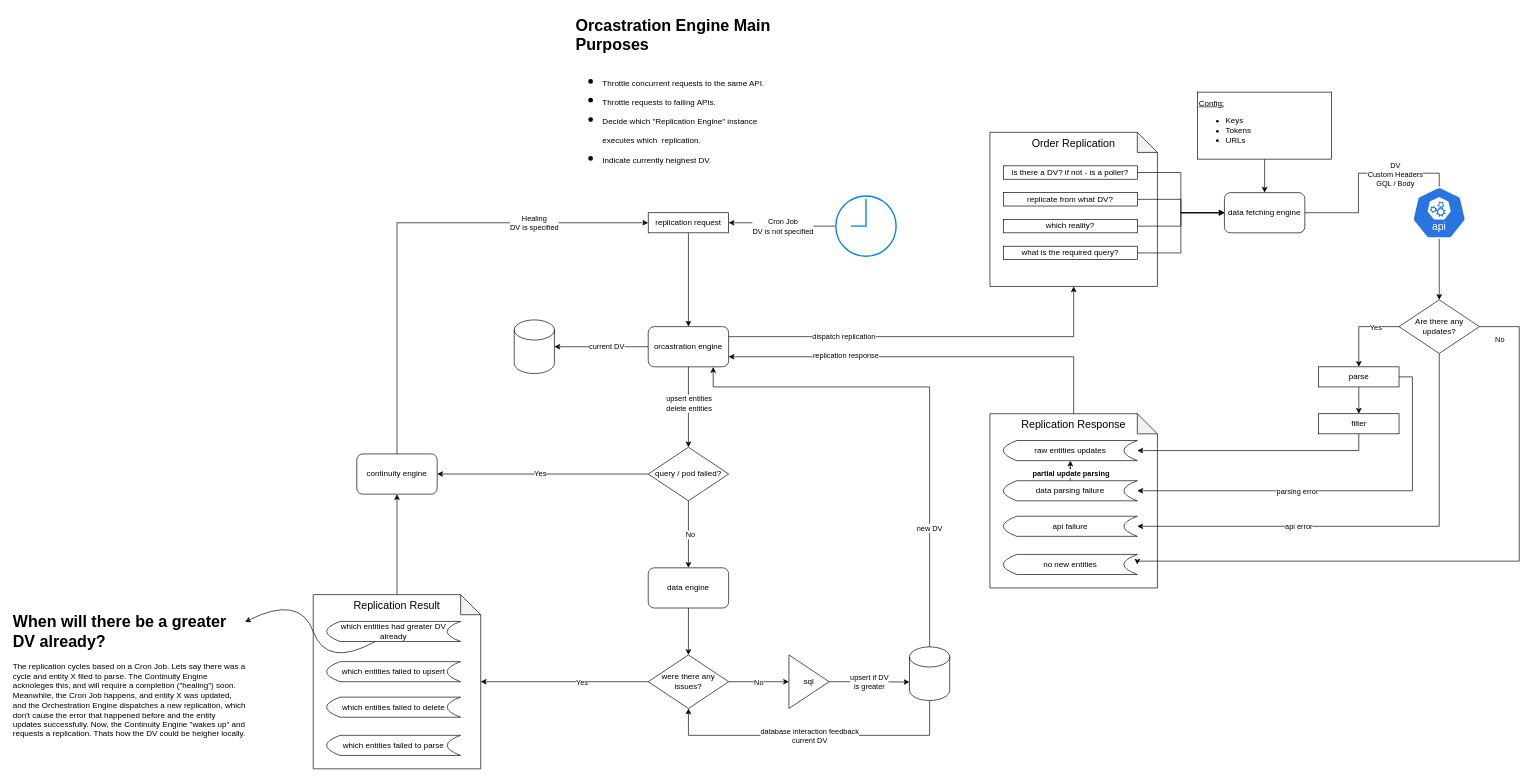
The draw.io diagram architecture.drawio in ZukLevinson/replication, before the edit. Source tidied: cells renumbered, new cells numbered last; positions are measured from the earlier drawing's top-left corner, leaving out a move shared by most shapes. Both pictures are drawn from the tidied source at 67%, with x=0, y=0 at pixel (11, 11).
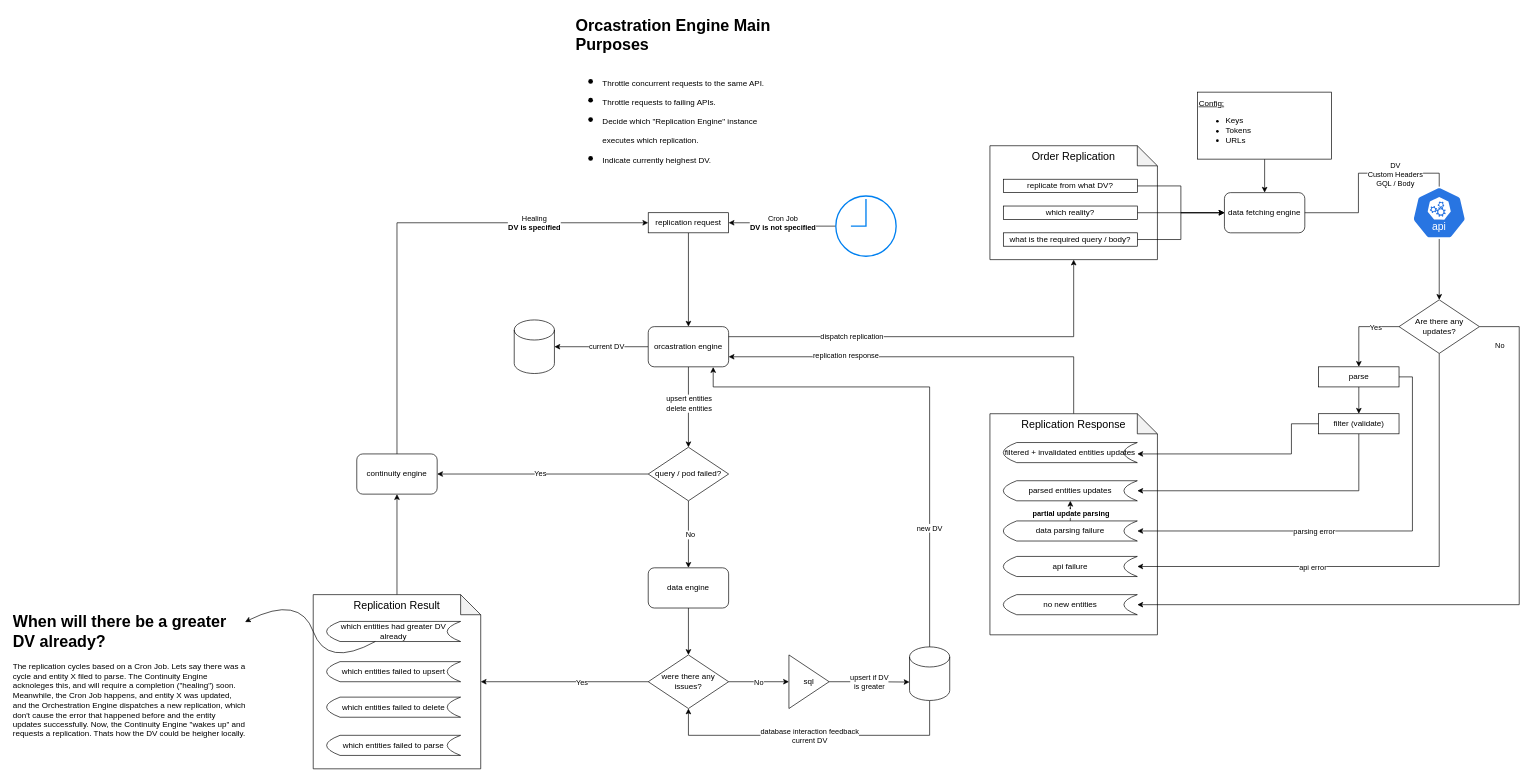
After the change.

The change refers to these unchanged cells:
```xml
<mxCell id="6" value="data fetching engine" style="rounded=1;whiteSpace=wrap;html=1;" parent="1" vertex="1">
  <mxGeometry x="1810" y="270" width="120" height="60" as="geometry" />
</mxCell>
<mxCell id="9" style="edgeStyle=orthogonalEdgeStyle;rounded=0;jettySize=auto;html=1;" parent="1" edge="1" source="11" target="54">
  <mxGeometry relative="1" as="geometry">
    <Array as="points">
      <mxPoint x="575" y="315" />
    </Array>
  </mxGeometry>
</mxCell>
<mxCell id="25" value="Are there any updates?" style="rhombus;whiteSpace=wrap;html=1;" parent="1" vertex="1">
  <mxGeometry x="2070.6" y="430" width="120" height="80" as="geometry" />
</mxCell>
<mxCell id="50" style="edgeStyle=orthogonalEdgeStyle;rounded=0;jettySize=auto;html=1;" parent="1" edge="1" source="52" target="54">
  <mxGeometry relative="1" as="geometry" />
</mxCell>
```

What changed in the source:
```diff
@@
     <mxCell id="4" value="&lt;font style=&quot;font-size: 16px;&quot;&gt;Replication Response&lt;/font&gt;" style="shape=note;whiteSpace=wrap;html=1;backgroundOutline=1;darkOpacity=0.05;verticalAlign=top;" parent="1" vertex="1">
-      <mxGeometry x="1460" y="600" width="250" height="260" as="geometry" />
+      <mxGeometry x="1460" y="600" width="250" height="330" as="geometry" />
     </mxCell>
     <mxCell id="5" value="Order Replication" style="shape=note;whiteSpace=wrap;html=1;backgroundOutline=1;darkOpacity=0.05;verticalAlign=top;fontSize=16;" parent="1" vertex="1">
-      <mxGeometry x="1460" y="180" width="250" height="230" as="geometry" />
+      <mxGeometry x="1460" y="200" width="250" height="170" as="geometry" />
     </mxCell>
@@
-    <mxCell id="10" value="Healing&lt;div&gt;DV is specified&lt;/div&gt;" style="edgeLabel;html=1;align=center;verticalAlign=middle;" parent="9" vertex="1">
+    <mxCell id="10" value="Healing&lt;div&gt;&lt;b&gt;DV is specified&lt;/b&gt;&lt;/div&gt;" style="edgeLabel;html=1;align=center;verticalAlign=middle;" parent="9" vertex="1">
       <mxGeometry x="0.87" y="1" relative="1" as="geometry">
         <mxPoint x="-124" y="1" as="offset" />
       </mxGeometry>
     </mxCell>
@@
     <mxCell id="21" style="edgeStyle=orthogonalEdgeStyle;rounded=0;jettySize=auto;html=1;exitX=1;exitY=0.5;exitDx=0;exitDy=0;entryX=1;entryY=0.5;entryDx=0;entryDy=0;" parent="1" edge="1" source="25" target="39">
       <mxGeometry relative="1" as="geometry">
         <Array as="points">
           <mxPoint x="2250" y="470" />
-          <mxPoint x="2250" y="820" />
-          <mxPoint x="1680" y="820" />
+          <mxPoint x="2250" y="885" />
         </Array>
       </mxGeometry>
     </mxCell>
@@
     <mxCell id="23" style="edgeStyle=orthogonalEdgeStyle;rounded=0;jettySize=auto;html=1;entryX=1;entryY=0.5;entryDx=0;entryDy=0;" parent="1" edge="1" source="25" target="46">
       <mxGeometry relative="1" as="geometry">
         <Array as="points">
-          <mxPoint x="2131" y="768" />
+          <mxPoint x="2131" y="828" />
         </Array>
       </mxGeometry>
     </mxCell>
@@
+    <mxCell id="85" style="edgeStyle=orthogonalEdgeStyle;rounded=0;jettySize=auto;html=1;" parent="1" edge="1" source="31" target="86">
+      <mxGeometry relative="1" as="geometry">
+        <Array as="points">
+          <mxPoint x="1910" y="615" />
+          <mxPoint x="1910" y="660" />
+        </Array>
+      </mxGeometry>
+    </mxCell>
-    <mxCell id="31" value="filter" style="rounded=0;whiteSpace=wrap;html=1;" parent="1" vertex="1">
+    <mxCell id="31" value="filter (validate)" style="rounded=0;whiteSpace=wrap;html=1;" parent="1" vertex="1">
       <mxGeometry x="1950.6" y="600" width="120" height="30" as="geometry" />
     </mxCell>
@@
     <mxCell id="35" value="replicate from what DV?" style="rounded=0;whiteSpace=wrap;html=1;" parent="1" vertex="1">
-      <mxGeometry x="1480" y="270" width="200" height="20" as="geometry" />
+      <mxGeometry x="1480" y="250" width="200" height="20" as="geometry" />
     </mxCell>
@@
     <mxCell id="37" value="which reality?" style="rounded=0;whiteSpace=wrap;html=1;" parent="1" vertex="1">
-      <mxGeometry x="1480" y="310" width="200" height="20" as="geometry" />
+      <mxGeometry x="1480" y="290" width="200" height="20" as="geometry" />
     </mxCell>
-    <mxCell id="38" value="raw entities updates" style="shape=dataStorage;whiteSpace=wrap;html=1;fixedSize=1;" parent="1" vertex="1">
-      <mxGeometry x="1480" y="640" width="200" height="30" as="geometry" />
+    <mxCell id="38" value="parsed entities updates" style="shape=dataStorage;whiteSpace=wrap;html=1;fixedSize=1;" parent="1" vertex="1">
+      <mxGeometry x="1480" y="700" width="200" height="30" as="geometry" />
     </mxCell>
     <mxCell id="39" value="no new entities" style="shape=dataStorage;whiteSpace=wrap;html=1;fixedSize=1;" parent="1" vertex="1">
-      <mxGeometry x="1480" y="810" width="200" height="30" as="geometry" />
+      <mxGeometry x="1480" y="870" width="200" height="30" as="geometry" />
     </mxCell>
-    <mxCell id="40" style="edgeStyle=orthogonalEdgeStyle;rounded=0;jettySize=auto;html=1;entryX=0;entryY=0.5;entryDx=0;entryDy=0;" parent="1" edge="1" source="41" target="6">
-      <mxGeometry relative="1" as="geometry" />
-    </mxCell>
-    <mxCell id="41" value="is there a DV? if not - is a poller?" style="rounded=0;whiteSpace=wrap;html=1;" parent="1" vertex="1">
-      <mxGeometry x="1480" y="230" width="200" height="20" as="geometry" />
-    </mxCell>
@@
-    <mxCell id="45" value="what is the required query?" style="rounded=0;whiteSpace=wrap;html=1;" parent="1" vertex="1">
-      <mxGeometry x="1480" y="350" width="200" height="20" as="geometry" />
+    <mxCell id="45" value="what is the required query / body?" style="rounded=0;whiteSpace=wrap;html=1;" parent="1" vertex="1">
+      <mxGeometry x="1480" y="330" width="200" height="20" as="geometry" />
     </mxCell>
     <mxCell id="46" value="api failure" style="shape=dataStorage;whiteSpace=wrap;html=1;fixedSize=1;" parent="1" vertex="1">
-      <mxGeometry x="1480" y="753" width="200" height="30" as="geometry" />
+      <mxGeometry x="1480" y="813" width="200" height="30" as="geometry" />
     </mxCell>
     <mxCell id="47" value="data parsing failure" style="shape=dataStorage;whiteSpace=wrap;html=1;fixedSize=1;" parent="1" vertex="1">
-      <mxGeometry x="1480" y="700" width="200" height="30" as="geometry" />
+      <mxGeometry x="1480" y="760" width="200" height="30" as="geometry" />
     </mxCell>
@@
-    <mxCell id="51" value="Cron Job&lt;div&gt;DV is not specified&lt;/div&gt;" style="edgeLabel;html=1;align=center;verticalAlign=middle;" parent="50" vertex="1">
+    <mxCell id="51" value="Cron Job&lt;div&gt;&lt;b&gt;DV is not specified&lt;/b&gt;&lt;/div&gt;" style="edgeLabel;html=1;align=center;verticalAlign=middle;" parent="50" vertex="1">
       <mxGeometry x="-0.38" y="1" relative="1" as="geometry">
-        <mxPoint x="-29" y="-1" as="offset" />
+        <mxPoint x="-29" y="-6" as="offset" />
       </mxGeometry>
     </mxCell>
@@
-    <mxCell id="81" value="&lt;h1 style=&quot;margin-top: 0px;&quot;&gt;&lt;span style=&quot;background-color: transparent; color: light-dark(rgb(0, 0, 0), rgb(255, 255, 255));&quot;&gt;Orcastration Engine Main Purposes&lt;/span&gt;&lt;/h1&gt;&lt;h1 style=&quot;margin-top: 0px;&quot;&gt;&lt;ul&gt;&lt;li&gt;&lt;span style=&quot;font-size: 12px; font-weight: 400;&quot;&gt;Throttle concurrent requests to the same API.&lt;/span&gt;&lt;/li&gt;&lt;li&gt;&lt;span style=&quot;font-size: 12px; font-weight: 400;&quot;&gt;Throttle requests to failing APIs.&lt;/span&gt;&lt;/li&gt;&lt;li&gt;&lt;span style=&quot;font-size: 12px; font-weight: 400;&quot;&gt;Decide which &quot;Replication Engine&quot; instance executes which&amp;nbsp; replication.&lt;/span&gt;&lt;/li&gt;&lt;li&gt;&lt;span style=&quot;font-size: 12px; font-weight: 400;&quot;&gt;Indicate currently heighest DV.&lt;/span&gt;&lt;/li&gt;&lt;/ul&gt;&lt;/h1&gt;" style="text;html=1;whiteSpace=wrap;overflow=hidden;rounded=0;" parent="1" vertex="1">
+    <mxCell id="81" value="&lt;h1 style=&quot;margin-top: 0px;&quot;&gt;&lt;span style=&quot;background-color: transparent; color: light-dark(rgb(0, 0, 0), rgb(255, 255, 255));&quot;&gt;Orcastration Engine Main Purposes&lt;/span&gt;&lt;/h1&gt;&lt;h1 style=&quot;margin-top: 0px;&quot;&gt;&lt;ul&gt;&lt;li&gt;&lt;span style=&quot;font-size: 12px; font-weight: 400;&quot;&gt;Throttle concurrent requests to the same API.&lt;/span&gt;&lt;/li&gt;&lt;li&gt;&lt;span style=&quot;font-size: 12px; font-weight: 400;&quot;&gt;Throttle requests to failing APIs.&lt;/span&gt;&lt;/li&gt;&lt;li&gt;&lt;span style=&quot;font-size: 12px; font-weight: 400;&quot;&gt;Decide which &quot;Replication Engine&quot; instance executes which replication.&lt;/span&gt;&lt;/li&gt;&lt;li&gt;&lt;span style=&quot;font-size: 12px; font-weight: 400;&quot;&gt;Indicate currently heighest DV.&lt;/span&gt;&lt;/li&gt;&lt;/ul&gt;&lt;/h1&gt;" style="text;html=1;whiteSpace=wrap;overflow=hidden;rounded=0;" parent="1" vertex="1">
       <mxGeometry x="840" width="320" height="240" as="geometry" />
     </mxCell>
@@
+    <mxCell id="86" value="filtered + invalidated entities updates" style="shape=dataStorage;whiteSpace=wrap;html=1;fixedSize=1;" parent="1" vertex="1">
+      <mxGeometry x="1480" y="643" width="200" height="30" as="geometry" />
+    </mxCell>
```
